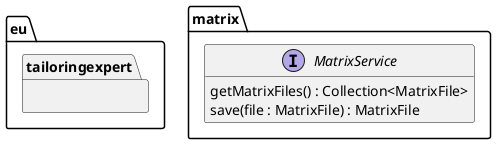
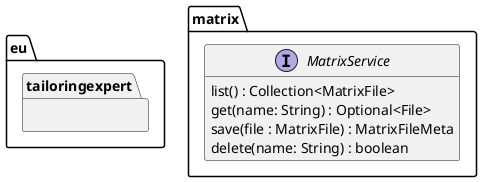
@startuml Ebene3.png
hide empty members

package eu.tailoringexpert {
}

package matrix {

    interface MatrixService {
-         getMatrixFiles() : Collection<MatrixFile>
-         save(file : MatrixFile) : MatrixFile
+         list() : Collection<MatrixFile>
+         get(name: String) : Optional<File>
+         save(file : MatrixFile) : MatrixFileMeta
+         delete(name: String) : boolean
    }

}
@enduml
